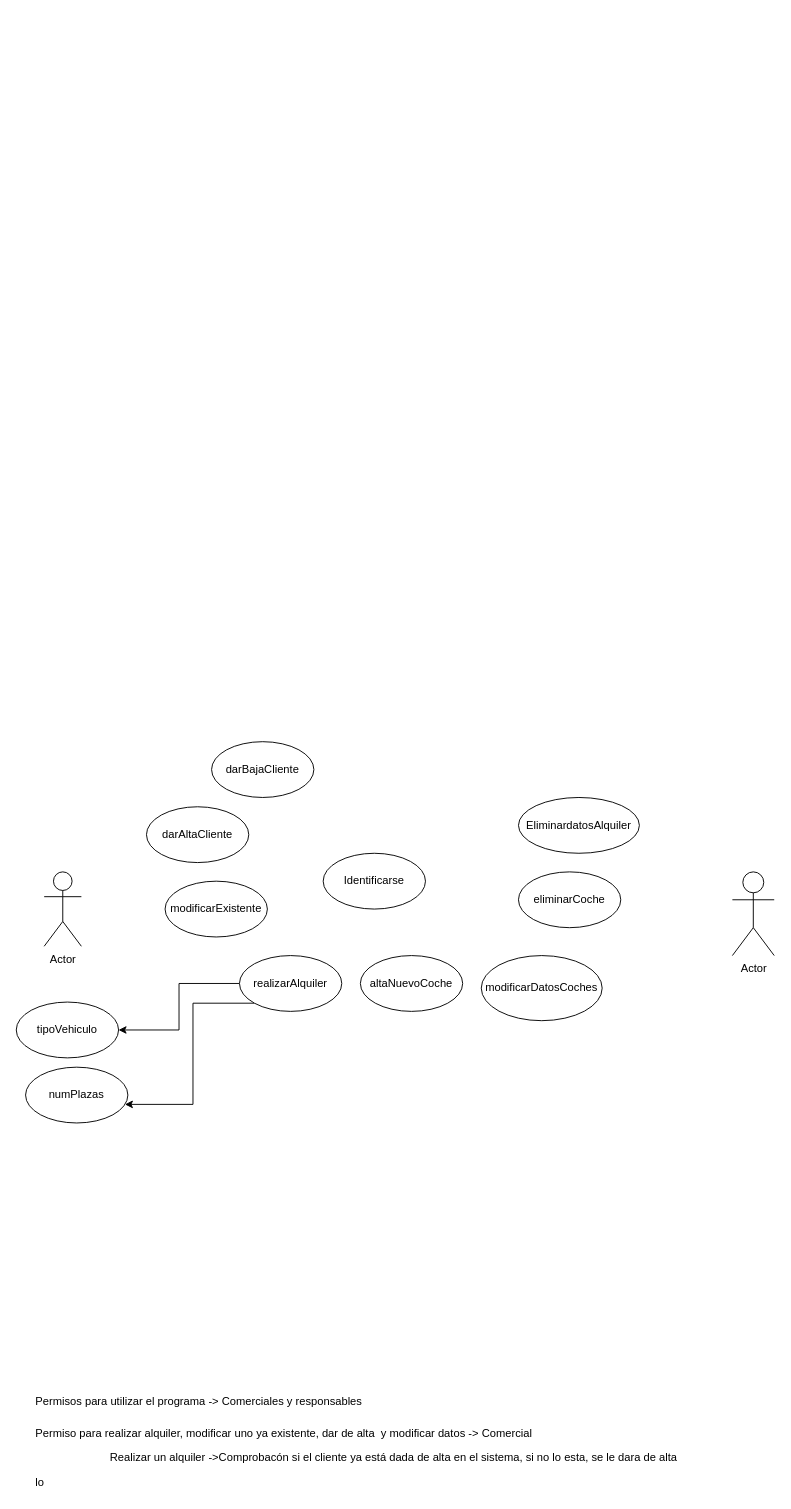
This is EE_DD/Diagrama_de_secuencia.drawio from FelixRN/DAW25, a draw.io file, before an edit. Source tidied: cells renumbered, new cells numbered last; positions are measured from the earlier drawing's top-left corner, leaving out a move shared by most shapes. Both pictures are drawn from the tidied source at 93%, with x=0, y=0 at pixel (16, 741).
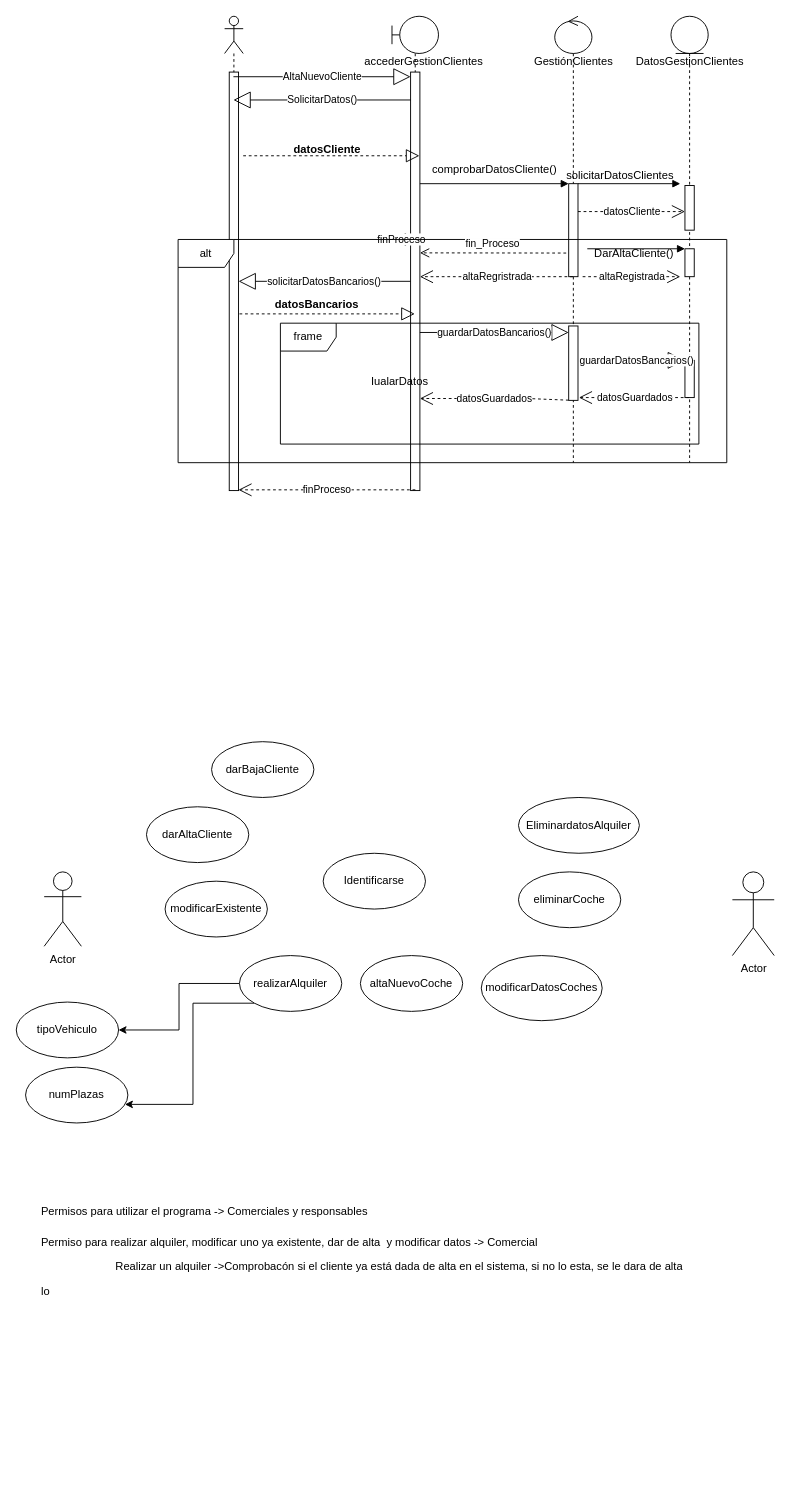
The same page after the edit.

What changed in the source:
```diff
@@
     <mxCell id="4" value="&lt;h1 style=&quot;margin-top: 0px;&quot;&gt;&lt;span style=&quot;background-color: initial; font-size: 12px; font-weight: normal;&quot;&gt;Permisos para utilizar el programa -&amp;gt; Comerciales y responsables&lt;/span&gt;&lt;br&gt;&lt;/h1&gt;&lt;p&gt;Permiso para realizar alquiler, modificar uno ya existente, dar de alta&amp;nbsp; y modificar datos -&amp;gt; Comercial&lt;/p&gt;&lt;p&gt;&lt;span style=&quot;white-space: pre;&quot;&gt;&#9;&lt;/span&gt;&lt;span style=&quot;white-space: pre;&quot;&gt;&#9;&lt;/span&gt;&lt;span style=&quot;white-space: pre;&quot;&gt;&#9;&lt;/span&gt;Realizar un alquiler -&amp;gt;Comprobacón si el cliente ya está dada de alta en el sistema, si no lo esta, se le dara de alta&lt;br&gt;&lt;/p&gt;&lt;p&gt;lo&lt;/p&gt;" style="text;html=1;whiteSpace=wrap;overflow=hidden;rounded=0;" parent="1" vertex="1">
-      <mxGeometry x="19" y="685" width="790" height="120" as="geometry" />
+      <mxGeometry x="25" y="480" width="790" height="120" as="geometry" />
     </mxCell>
@@
+    <mxCell id="18" style="shape=umlLifeline;perimeter=lifelinePerimeter;whiteSpace=wrap;html=1;outlineConnect=0;portConstraint=eastwest;newEdgeStyle={&quot;curved&quot;:0,&quot;rounded&quot;:0};participant=umlActor;" parent="1" vertex="1">
+      <mxGeometry x="224" y="-780" width="20" height="510" as="geometry" />
+    </mxCell>
+    <mxCell id="19" style="html=1;points=[[0,0,0,0,5],[0,1,0,0,-5],[1,0,0,0,5],[1,1,0,0,-5]];perimeter=orthogonalPerimeter;outlineConnect=0;targetShapes=umlLifeline;portConstraint=eastwest;newEdgeStyle={&quot;curved&quot;:0,&quot;rounded&quot;:0};" parent="18" vertex="1">
+      <mxGeometry x="5" y="60" width="10" height="450" as="geometry" />
+    </mxCell>
+    <mxCell id="20" style="shape=umlLifeline;perimeter=lifelinePerimeter;whiteSpace=wrap;html=1;outlineConnect=0;portConstraint=eastwest;newEdgeStyle={&quot;curved&quot;:0,&quot;rounded&quot;:0};participant=umlBoundary;" parent="1" vertex="1">
+      <mxGeometry x="404" y="-780" width="50" height="510" as="geometry" />
+    </mxCell>
+    <mxCell id="21" style="html=1;points=[[0,0,0,0,5],[0,1,0,0,-5],[1,0,0,0,5],[1,1,0,0,-5]];perimeter=orthogonalPerimeter;outlineConnect=0;targetShapes=umlLifeline;portConstraint=eastwest;newEdgeStyle={&quot;curved&quot;:0,&quot;rounded&quot;:0};" parent="20" vertex="1">
+      <mxGeometry x="20" y="60" width="10" height="450" as="geometry" />
+    </mxCell>
+    <mxCell id="22" value="AltaNuevoCliente" style="endArrow=block;endSize=16;endFill=0;html=1;rounded=0;entryX=0;entryY=0;entryDx=0;entryDy=5;entryPerimeter=0;" parent="1" edge="1" source="18" target="21">
+      <mxGeometry relative="1" as="geometry" />
+    </mxCell>
+    <mxCell id="23" value="SolicitarDatos()" style="endArrow=block;endSize=16;endFill=0;html=1;rounded=0;" parent="1" edge="1" target="18">
+      <mxGeometry relative="1" as="geometry">
+        <mxPoint x="424.2" y="-690" as="sourcePoint" />
+      </mxGeometry>
+    </mxCell>
+    <mxCell id="24" style="endArrow=block;dashed=1;endFill=0;endSize=12;html=1;rounded=0;" parent="1" edge="1">
+      <mxGeometry relative="1" as="geometry">
+        <mxPoint x="244" y="-630" as="sourcePoint" />
+        <mxPoint x="433.5" y="-630" as="targetPoint" />
+      </mxGeometry>
+    </mxCell>
+    <mxCell id="25" value="datosCliente" style="text;align=center;fontStyle=1;verticalAlign=middle;spacingLeft=3;spacingRight=3;strokeColor=none;html=1;" parent="1" vertex="1">
+      <mxGeometry x="294" y="-650" width="80" height="26" as="geometry" />
+    </mxCell>
+    <mxCell id="26" style="shape=umlLifeline;perimeter=lifelinePerimeter;whiteSpace=wrap;html=1;newEdgeStyle={&quot;curved&quot;:0,&quot;rounded&quot;:0};participant=umlControl;" parent="1" vertex="1">
+      <mxGeometry x="579" y="-780" width="40" height="480" as="geometry" />
+    </mxCell>
+    <mxCell id="27" style="html=1;perimeter=orthogonalPerimeter;targetShapes=umlLifeline;newEdgeStyle={&quot;curved&quot;:0,&quot;rounded&quot;:0};" parent="26" vertex="1">
+      <mxGeometry x="15" y="180" width="10" height="100" as="geometry" />
+    </mxCell>
+    <mxCell id="28" style="html=1;perimeter=orthogonalPerimeter;targetShapes=umlLifeline;newEdgeStyle={&quot;curved&quot;:0,&quot;rounded&quot;:0};" parent="26" vertex="1">
+      <mxGeometry x="15" y="333" width="10" height="80" as="geometry" />
+    </mxCell>
+    <mxCell id="29" value="GestiónClientes" style="text;html=1;align=center;verticalAlign=middle;strokeColor=none;fillColor=none;" parent="1" vertex="1">
+      <mxGeometry x="544" y="-746" width="110" height="30" as="geometry" />
+    </mxCell>
+    <mxCell id="30" value="accederGestionClientes" style="text;html=1;align=center;verticalAlign=middle;strokeColor=none;fillColor=none;" parent="1" vertex="1">
+      <mxGeometry x="363" y="-746" width="150" height="30" as="geometry" />
+    </mxCell>
+    <mxCell id="31" style="endArrow=block;endFill=1;html=1;edgeStyle=orthogonalEdgeStyle;align=left;verticalAlign=top;rounded=0;" parent="1" edge="1">
+      <mxGeometry x="-1" relative="1" as="geometry">
+        <mxPoint x="434" y="-600" as="sourcePoint" />
+        <mxPoint x="594" y="-600" as="targetPoint" />
+      </mxGeometry>
+    </mxCell>
+    <mxCell id="32" value="comprobarDatosCliente()" style="text;html=1;align=center;verticalAlign=middle;strokeColor=none;fillColor=none;" parent="1" vertex="1">
+      <mxGeometry x="434" y="-630" width="160" height="30" as="geometry" />
+    </mxCell>
+    <mxCell id="33" style="shape=umlLifeline;perimeter=lifelinePerimeter;whiteSpace=wrap;html=1;outlineConnect=0;portConstraint=eastwest;newEdgeStyle={&quot;curved&quot;:0,&quot;rounded&quot;:0};participant=umlEntity;" parent="1" vertex="1">
+      <mxGeometry x="704" y="-780" width="40" height="480" as="geometry" />
+    </mxCell>
+    <mxCell id="34" style="html=1;points=[[0,0,0,0,5],[0,1,0,0,-5],[1,0,0,0,5],[1,1,0,0,-5]];perimeter=orthogonalPerimeter;outlineConnect=0;targetShapes=umlLifeline;portConstraint=eastwest;newEdgeStyle={&quot;curved&quot;:0,&quot;rounded&quot;:0};" parent="33" vertex="1">
+      <mxGeometry x="15" y="182" width="10" height="48" as="geometry" />
+    </mxCell>
+    <mxCell id="35" style="html=1;perimeter=orthogonalPerimeter;targetShapes=umlLifeline;newEdgeStyle={&quot;curved&quot;:0,&quot;rounded&quot;:0};" parent="33" vertex="1">
+      <mxGeometry x="15" y="250" width="10" height="30" as="geometry" />
+    </mxCell>
+    <mxCell id="36" style="html=1;perimeter=orthogonalPerimeter;targetShapes=umlLifeline;newEdgeStyle={&quot;curved&quot;:0,&quot;rounded&quot;:0};" parent="33" vertex="1">
+      <mxGeometry x="15" y="370" width="10" height="40" as="geometry" />
+    </mxCell>
+    <mxCell id="37" style="endArrow=block;endFill=1;html=1;edgeStyle=orthogonalEdgeStyle;align=left;verticalAlign=top;rounded=0;" parent="1" edge="1">
+      <mxGeometry x="-1" relative="1" as="geometry">
+        <mxPoint x="604" y="-600" as="sourcePoint" />
+        <mxPoint x="714" y="-600" as="targetPoint" />
+      </mxGeometry>
+    </mxCell>
+    <mxCell id="38" value="solicitarDatosClientes" style="text;html=1;align=center;verticalAlign=middle;strokeColor=none;fillColor=none;" parent="1" vertex="1">
+      <mxGeometry x="579" y="-624" width="140" height="30" as="geometry" />
+    </mxCell>
+    <mxCell id="39" value="DatosGestionClientes" style="text;html=1;align=center;verticalAlign=middle;strokeColor=none;fillColor=none;" parent="1" vertex="1">
+      <mxGeometry x="654" y="-746" width="140" height="30" as="geometry" />
+    </mxCell>
+    <mxCell id="40" value="datosCliente" style="endArrow=open;endSize=12;dashed=1;html=1;rounded=0;" parent="1" edge="1" target="34">
+      <mxGeometry relative="1" as="geometry">
+        <mxPoint x="604" y="-570" as="sourcePoint" />
+        <Array as="points">
+          <mxPoint x="684" y="-570" />
+        </Array>
+      </mxGeometry>
+    </mxCell>
+    <mxCell id="41" value="DarAltaCliente()" style="text;html=1;align=center;verticalAlign=middle;strokeColor=none;fillColor=none;" parent="1" vertex="1">
+      <mxGeometry x="609" y="-540" width="110" height="30" as="geometry" />
+    </mxCell>
+    <mxCell id="42" value="altaRegistrada" style="endArrow=open;endSize=12;dashed=1;html=1;rounded=0;" parent="1" edge="1">
+      <mxGeometry relative="1" as="geometry">
+        <mxPoint x="609" y="-500" as="sourcePoint" />
+        <mxPoint x="714" y="-500" as="targetPoint" />
+        <Array as="points">
+          <mxPoint x="689" y="-500" />
+        </Array>
+      </mxGeometry>
+    </mxCell>
+    <mxCell id="43" style="endArrow=block;endFill=1;html=1;edgeStyle=orthogonalEdgeStyle;align=left;verticalAlign=top;rounded=0;" parent="1" edge="1">
+      <mxGeometry x="-1" relative="1" as="geometry">
+        <mxPoint x="614" y="-530" as="sourcePoint" />
+        <mxPoint x="719" y="-530" as="targetPoint" />
+      </mxGeometry>
+    </mxCell>
+    <mxCell id="44" value="solicitarDatosBancarios()" style="endArrow=block;endSize=16;endFill=0;html=1;rounded=0;" parent="1" edge="1" source="21" target="19">
+      <mxGeometry relative="1" as="geometry" />
+    </mxCell>
+    <mxCell id="45" style="endArrow=block;dashed=1;endFill=0;endSize=12;html=1;rounded=0;" parent="1" edge="1" target="20">
+      <mxGeometry relative="1" as="geometry">
+        <mxPoint x="240" y="-460" as="sourcePoint" />
+      </mxGeometry>
+    </mxCell>
+    <mxCell id="46" value="datosBancarios" style="text;align=center;fontStyle=1;verticalAlign=middle;spacingLeft=3;spacingRight=3;strokeColor=none;html=1;" parent="1" vertex="1">
+      <mxGeometry x="283" y="-483" width="80" height="26" as="geometry" />
+    </mxCell>
+    <mxCell id="47" value="guardarDatosBancarios()" style="endArrow=block;endSize=16;endFill=0;html=1;rounded=0;" parent="1" edge="1">
+      <mxGeometry relative="1" as="geometry">
+        <mxPoint x="434" y="-440" as="sourcePoint" />
+        <mxPoint x="594" y="-440" as="targetPoint" />
+      </mxGeometry>
+    </mxCell>
+    <mxCell id="48" value="altaRegristrada" style="endArrow=open;endSize=12;dashed=1;html=1;rounded=0;" parent="1" edge="1">
+      <mxGeometry relative="1" as="geometry">
+        <mxPoint x="598.5" y="-500" as="sourcePoint" />
+        <mxPoint x="434" y="-500" as="targetPoint" />
+      </mxGeometry>
+    </mxCell>
+    <mxCell id="49" value="datosGuardados" style="endArrow=open;endSize=12;dashed=1;html=1;rounded=0;exitX=0;exitY=0;exitDx=0;exitDy=5;exitPerimeter=0;" parent="1" edge="1">
+      <mxGeometry relative="1" as="geometry">
+        <mxPoint x="594" y="-367.2" as="sourcePoint" />
+        <mxPoint x="434" y="-369" as="targetPoint" />
+        <Array as="points">
+          <mxPoint x="549" y="-369" />
+        </Array>
+      </mxGeometry>
+    </mxCell>
+    <mxCell id="50" value="guardarDatosBancarios()" style="endArrow=block;endSize=16;endFill=0;html=1;rounded=0;" parent="1" edge="1">
+      <mxGeometry relative="1" as="geometry">
+        <mxPoint x="614" y="-410" as="sourcePoint" />
+        <mxPoint x="719" y="-410" as="targetPoint" />
+      </mxGeometry>
+    </mxCell>
+    <mxCell id="51" value="datosGuardados" style="endArrow=open;endSize=12;dashed=1;html=1;rounded=0;" parent="1" edge="1" source="33">
+      <mxGeometry relative="1" as="geometry">
+        <mxPoint x="605" y="-370" as="targetPoint" />
+      </mxGeometry>
+    </mxCell>
+    <mxCell id="52" value="finProceso" style="endArrow=open;endSize=12;dashed=1;html=1;rounded=0;" parent="1" edge="1" source="21" target="53">
+      <mxGeometry relative="1" as="geometry" />
+    </mxCell>
+    <mxCell id="53" value="alt" style="shape=umlFrame;whiteSpace=wrap;html=1;" parent="1" vertex="1">
+      <mxGeometry x="174" y="-540" width="590" height="240" as="geometry" />
+    </mxCell>
+    <mxCell id="54" value="finProceso" style="endArrow=open;endSize=12;dashed=1;html=1;rounded=0;exitX=0;exitY=0.778;exitDx=0;exitDy=0;exitPerimeter=0;" parent="1" edge="1">
+      <mxGeometry relative="1" as="geometry">
+        <mxPoint x="429.1" y="-270.8" as="sourcePoint" />
+        <mxPoint x="238.9" y="-270.8" as="targetPoint" />
+      </mxGeometry>
+    </mxCell>
+    <mxCell id="55" value="fin_Proceso" style="html=1;verticalAlign=bottom;endArrow=open;dashed=1;endSize=8;curved=0;rounded=0;entryX=1;entryY=0.432;entryDx=0;entryDy=0;entryPerimeter=0;" parent="1" edge="1" target="21">
+      <mxGeometry relative="1" as="geometry">
+        <mxPoint x="591.3" y="-525.4" as="sourcePoint" />
+      </mxGeometry>
+    </mxCell>
+    <mxCell id="56" value="frame" style="shape=umlFrame;whiteSpace=wrap;html=1;" parent="1" vertex="1">
+      <mxGeometry x="284" y="-450" width="450" height="130" as="geometry" />
+    </mxCell>
+    <mxCell id="57" value="IualarDatos" style="text;html=1;align=center;verticalAlign=middle;strokeColor=none;fillColor=none;" parent="1" vertex="1">
+      <mxGeometry x="372" y="-402" width="80" height="30" as="geometry" />
+    </mxCell>
```
